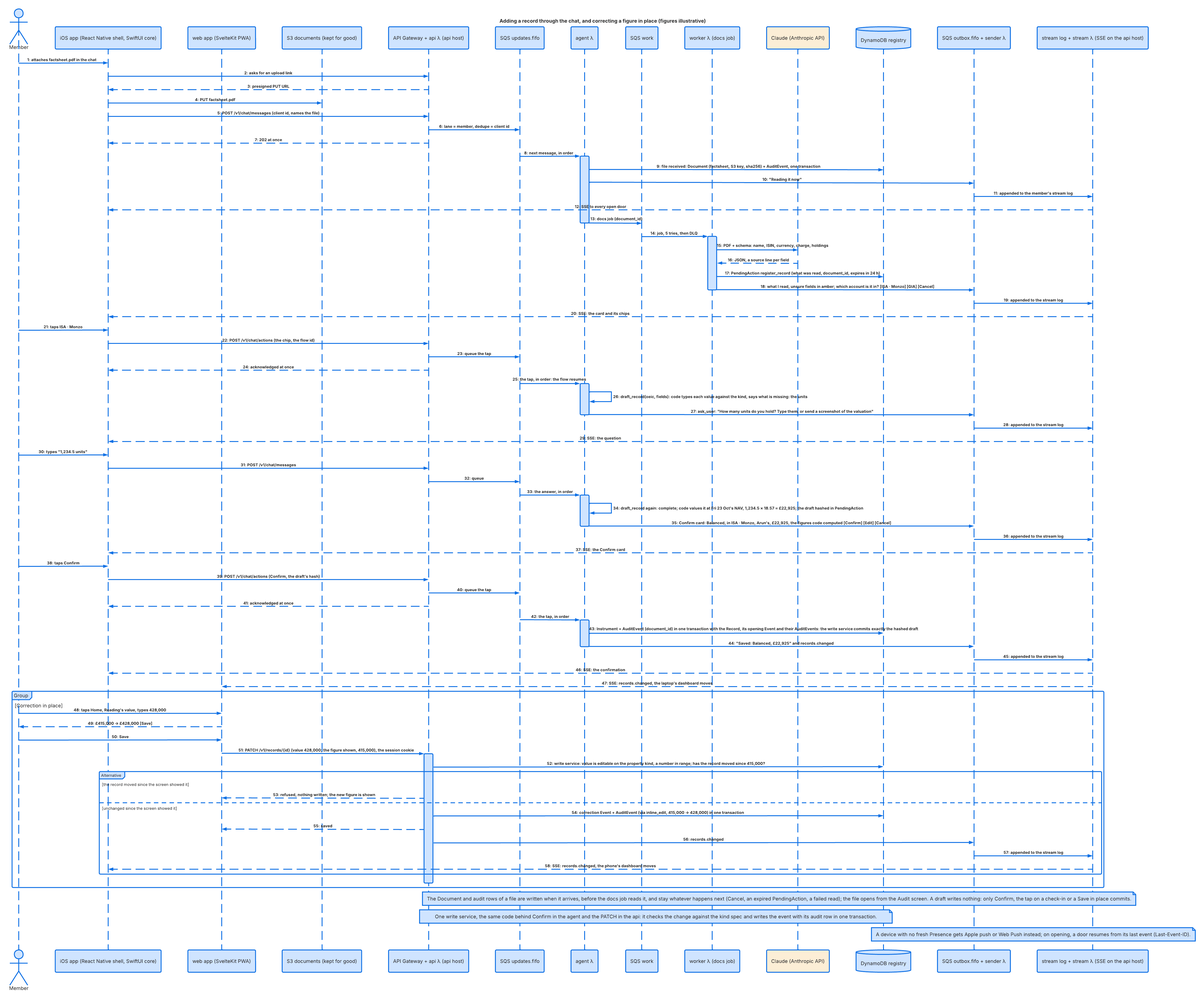
Before: docs/design/lucid/08-add-holding-sequence.png, a diagram exported from PlantUML (gilipersonal/mypaisa-agent). Its source is kept beside it as docs/design/lucid/08-add-holding-sequence.puml.
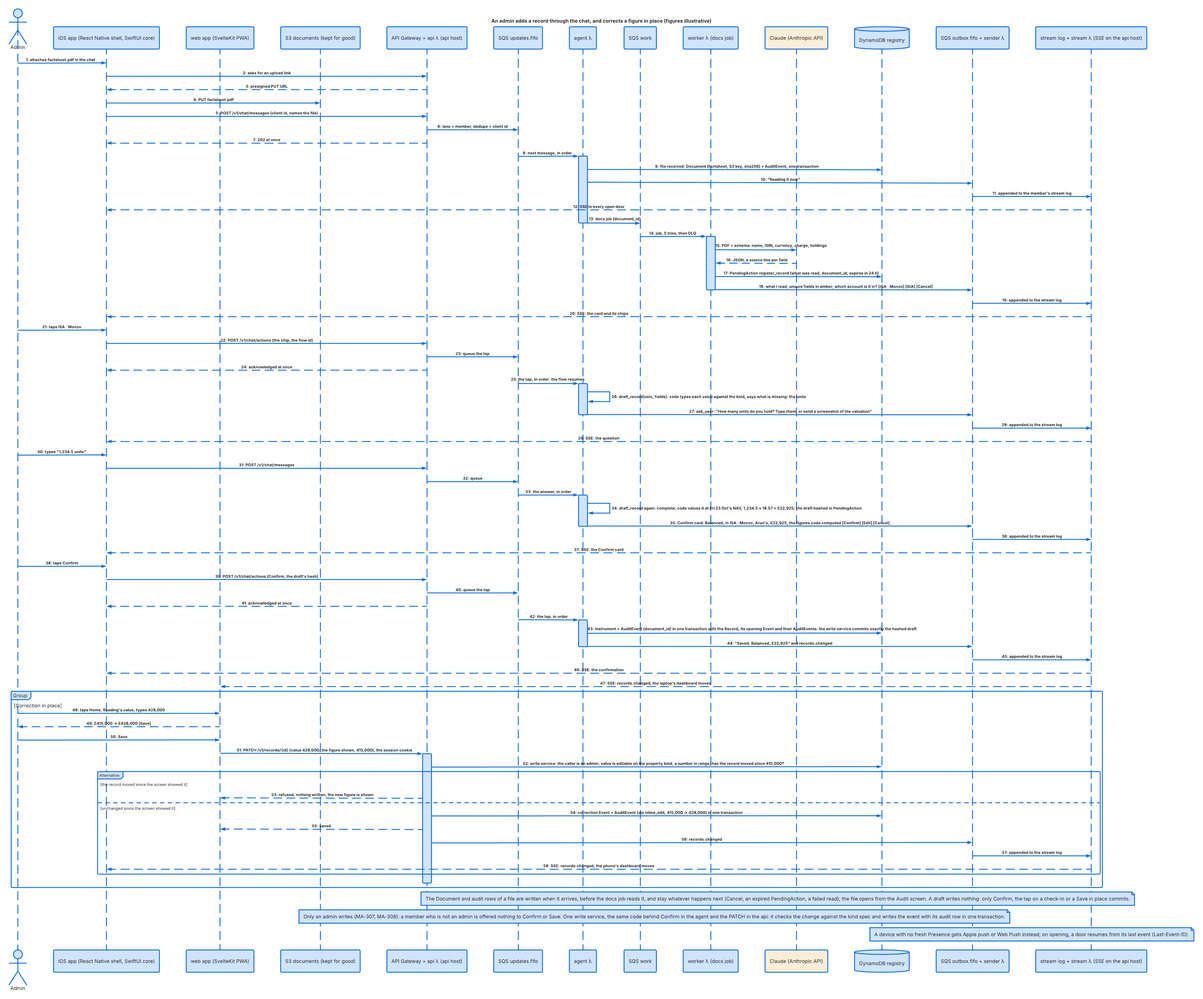
After the change.

Commit message:
MA-312: The Lucid drawings lose page 6 and every market node; six agents, admins write

The edit, as a diff of the source:
```diff
@@ -1,6 +1,6 @@
 @startuml
-title Adding a record through the chat, and correcting a figure in place (figures illustrative)
-actor Member
+title An admin adds a record through the chat, and corrects a figure in place (figures illustrative)
+actor Admin
 participant "iOS app (React Native shell, SwiftUI core)" as app
 participant "web app (SvelteKit PWA)" as web
 participant "S3 documents (kept for good)" as s3
@@ -14,7 +14,7 @@
 participant "SQS outbox.fifo + sender λ" as out
 participant "stream log + stream λ (SSE on the api host)" as stream
 autonumber
-Member -> app : attaches factsheet.pdf in the chat
+Admin -> app : attaches factsheet.pdf in the chat
 app -> api : asks for an upload link
 api --> app : presigned PUT URL
 app -> s3 : PUT factsheet.pdf
@@ -38,7 +38,7 @@
 deactivate worker
 out -> stream : appended to the stream log
 stream --> app : SSE: the card and its chips
-Member -> app : taps ISA · Monzo
+Admin -> app : taps ISA · Monzo
 app -> api : POST /v1/chat/actions (the chip, the flow id)
 api -> qin : queue the tap
 api --> app : acknowledged at once
@@ -49,7 +49,7 @@
 deactivate agent
 out -> stream : appended to the stream log
 stream --> app : SSE: the question
-Member -> app : types "1,234.5 units"
+Admin -> app : types "1,234.5 units"
 app -> api : POST /v1/chat/messages
 api -> qin : queue
 qin -> agent : the answer, in order
@@ -59,7 +59,7 @@
 deactivate agent
 out -> stream : appended to the stream log
 stream --> app : SSE: the Confirm card
-Member -> app : taps Confirm
+Admin -> app : taps Confirm
 app -> api : POST /v1/chat/actions (Confirm, the draft's hash)
 api -> qin : queue the tap
 api --> app : acknowledged at once
@@ -72,12 +72,12 @@
 stream --> app : SSE: the confirmation
 stream --> web : SSE: records.changed, the laptop's dashboard moves
 group Correction in place
-Member -> web : taps Home, Reading's value, types 428,000
-web --> Member : £415,000 → £428,000 [Save]
-Member -> web : Save
+Admin -> web : taps Home, Reading's value, types 428,000
+web --> Admin : £415,000 → £428,000 [Save]
+Admin -> web : Save
 web -> api : PATCH /v1/records/{id} (value 428,000; the figure shown, 415,000), the session cookie
 activate api
-api -> ddb : write service: value is editable on the property kind, a number in range; has the record moved since 415,000?
+api -> ddb : write service: the caller is an admin; value is editable on the property kind, a number in range; has the record moved since 415,000?
 alt the record moved since the screen showed it
 api --> web : refused, nothing written; the new figure is shown
 else unchanged since the screen showed it
@@ -90,6 +90,6 @@
 deactivate api
 end
 note over agent, out : The Document and audit rows of a file are written when it arrives, before the docs job reads it, and stay whatever happens next (Cancel, an expired PendingAction, a failed read); the file opens from the Audit screen. A draft writes nothing: only Confirm, the tap on a check-in or a Save in place commits.
-note over api, ddb : One write service, the same code behind Confirm in the agent and the PATCH in the api: it checks the change against the kind spec and writes the event with its audit row in one transaction.
+note over api, ddb : Only an admin writes (MA-307, MA-308): a member who is not an admin is offered nothing to Confirm or Save. One write service, the same code behind Confirm in the agent and the PATCH in the api: it checks the change against the kind spec and writes the event with its audit row in one transaction.
 note over out, stream : A device with no fresh Presence gets Apple push or Web Push instead; on opening, a door resumes from its last event (Last-Event-ID).
 @enduml
```
